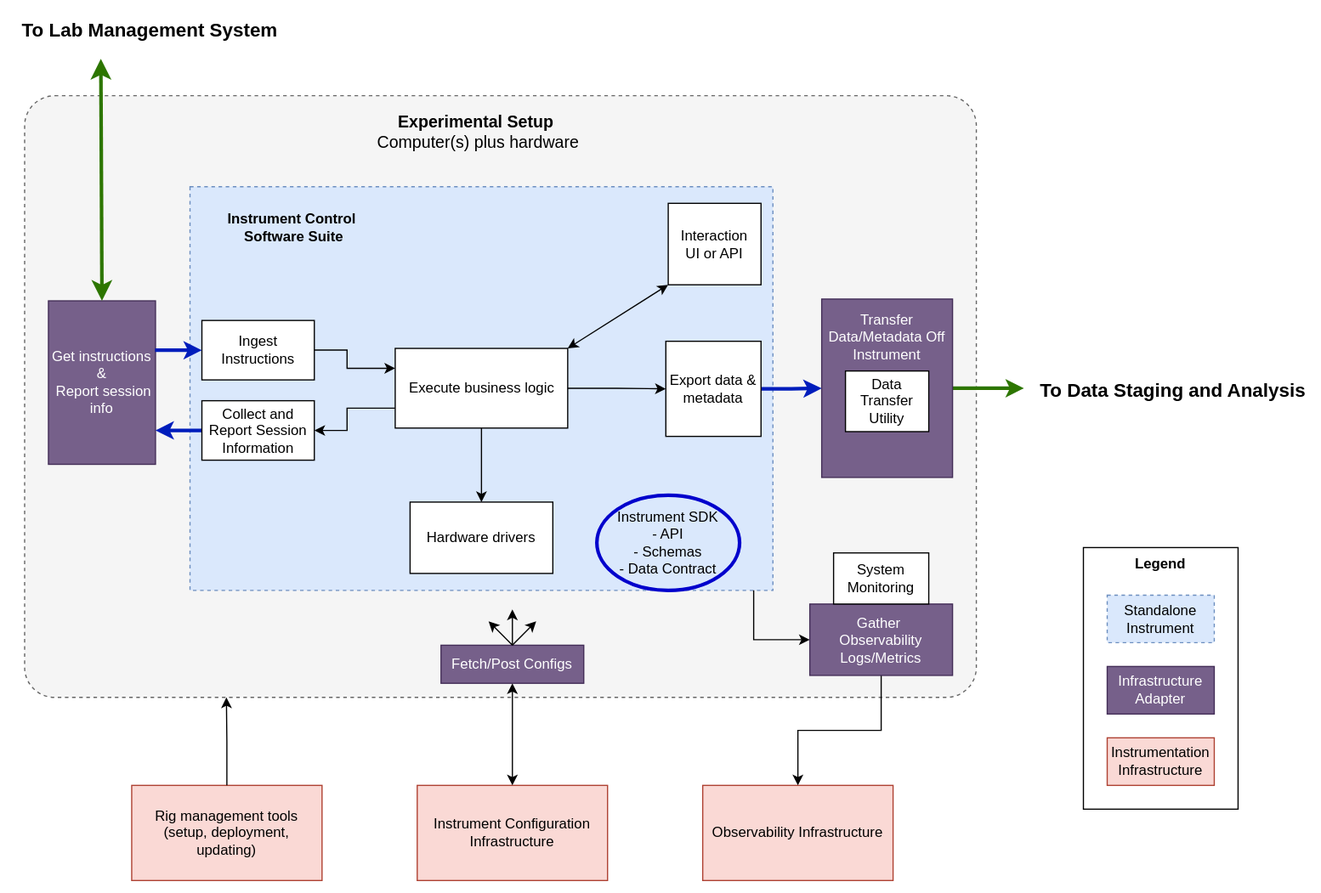
This is docs/source/diagrams/mid_level/sipe_instrument.drawio.svg from AllenNeuralDynamics/aind-software-docs, a draw.io export, as it was before one commit. Source tidied: cells renumbered, new cells last; positions are measured from the earlier drawing's top-left corner, leaving out a move shared by most shapes.
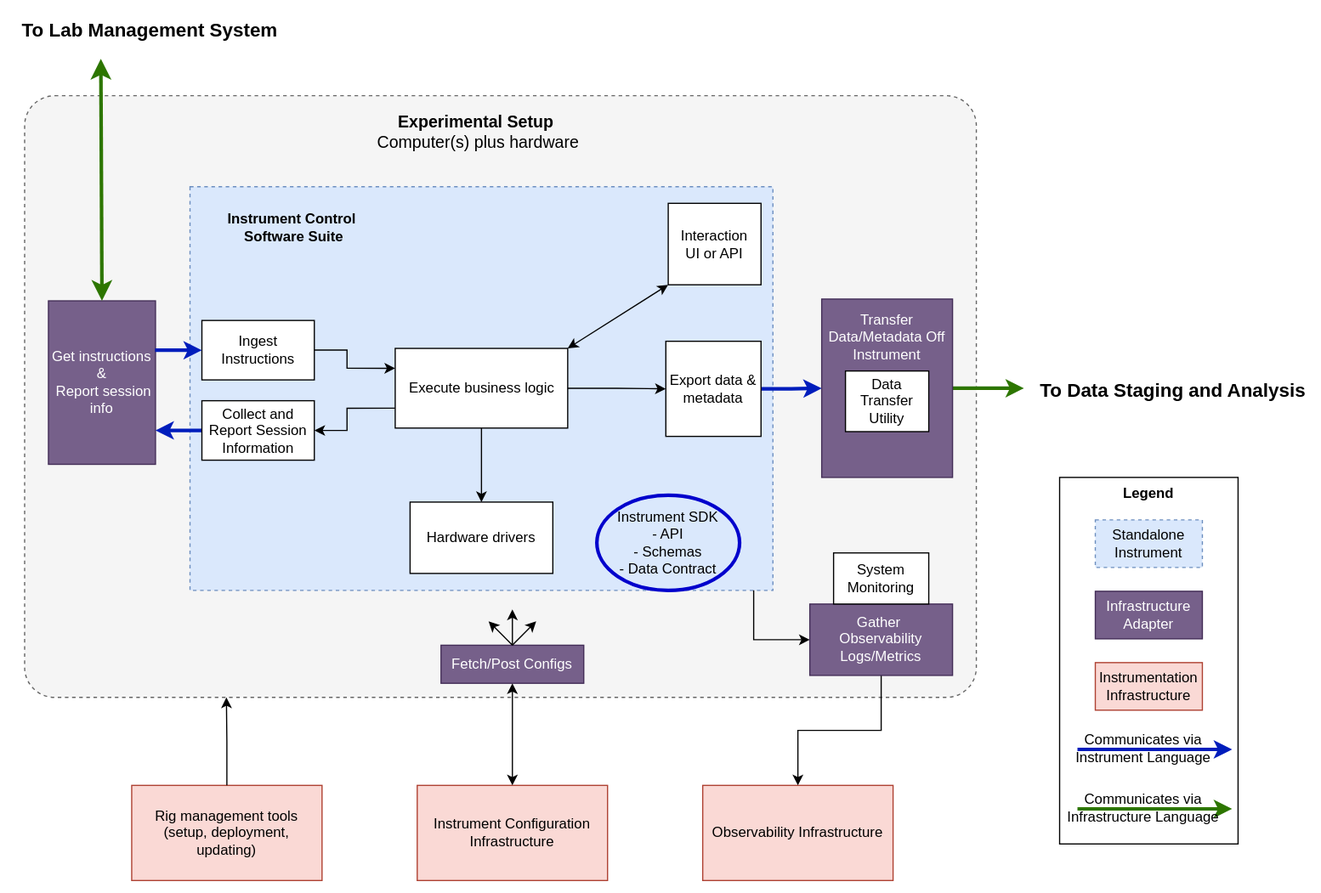
Above is the later version.

Commit message:
Update legend with arrow color labels (#188)

The edit, as a diff of the source:
```diff
@@ -150,16 +150,40 @@
       <mxGeometry relative="1" as="geometry" />
     </mxCell>
     <mxCell id="43" value="&lt;b&gt;Legend&lt;/b&gt;" style="rounded=0;whiteSpace=wrap;html=1;verticalAlign=top;" parent="1" vertex="1">
-      <mxGeometry x="900" y="450" width="130" height="220" as="geometry" />
+      <mxGeometry x="880" y="391" width="150" height="308.2" as="geometry" />
     </mxCell>
     <mxCell id="44" value="Infrastructure Adapter" style="rounded=0;whiteSpace=wrap;html=1;fillColor=#76608a;fontColor=#ffffff;strokeColor=#432D57;" parent="1" vertex="1">
-      <mxGeometry x="920" y="550" width="90" height="40" as="geometry" />
+      <mxGeometry x="910" y="486.8" width="90" height="40" as="geometry" />
     </mxCell>
     <mxCell id="45" value="Standalone Instrument" style="rounded=0;whiteSpace=wrap;html=1;dashed=1;fillColor=#dae8fc;strokeColor=#6c8ebf;" parent="1" vertex="1">
-      <mxGeometry x="920" y="490" width="90" height="40" as="geometry" />
+      <mxGeometry x="910" y="426.8" width="90" height="40" as="geometry" />
     </mxCell>
     <mxCell id="46" value="Instrumentation Infrastructure" style="rounded=0;whiteSpace=wrap;html=1;fillColor=#fad9d5;strokeColor=#ae4132;" parent="1" vertex="1">
-      <mxGeometry x="920" y="610" width="90" height="40" as="geometry" />
+      <mxGeometry x="910" y="546.8" width="90" height="40" as="geometry" />
     </mxCell>
+    <mxCell id="47" style="group;" parent="1" vertex="1">
+      <mxGeometry x="880" y="649.2" width="145" height="40" as="geometry" />
+    </mxCell>
+    <mxCell id="48" style="endArrow=classic;html=1;rounded=0;strokeWidth=3;strokeColor=#2D7600;" parent="47" edge="1">
+      <mxGeometry relative="1" as="geometry">
+        <mxPoint x="15" y="20.5" as="sourcePoint" />
+        <mxPoint x="145" y="20.5" as="targetPoint" />
+      </mxGeometry>
+    </mxCell>
+    <mxCell id="49" value="Communicates via&lt;div&gt;Infrastructure Language&lt;/div&gt;" style="text;html=1;align=center;verticalAlign=middle;strokeColor=none;fillColor=none;" parent="47" vertex="1">
+      <mxGeometry x="-5" width="150" height="40" as="geometry" />
+    </mxCell>
+    <mxCell id="50" style="group;" parent="1" vertex="1">
+      <mxGeometry x="880" y="599.2" width="145" height="40" as="geometry" />
+    </mxCell>
+    <mxCell id="51" style="endArrow=classic;html=1;rounded=0;strokeWidth=3;strokeColor=#001DBC;fillColor=#0050ef;" parent="50" edge="1">
+      <mxGeometry relative="1" as="geometry">
+        <mxPoint x="15" y="20.5" as="sourcePoint" />
+        <mxPoint x="145" y="20.5" as="targetPoint" />
+      </mxGeometry>
+    </mxCell>
+    <mxCell id="52" value="Communicates via&lt;div&gt;Instrument Language&lt;/div&gt;" style="text;html=1;align=center;verticalAlign=middle;strokeColor=none;fillColor=none;" parent="50" vertex="1">
+      <mxGeometry width="140" height="40" as="geometry" />
+    </mxCell>
   </root>
 </mxGraphModel>
```
